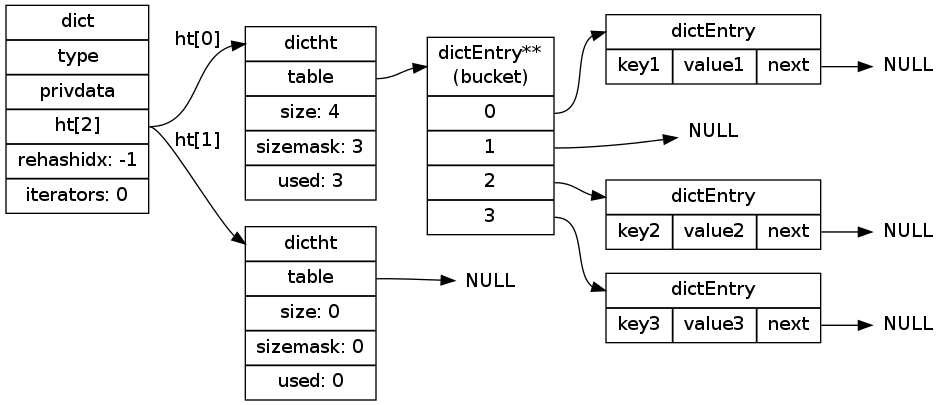
Before: internal-datastruct/image/dict_example.png, a diagram exported from Graphviz (huangzworks/redisbook). Its source is kept beside it as internal-datastruct/image/dict_example.dot.
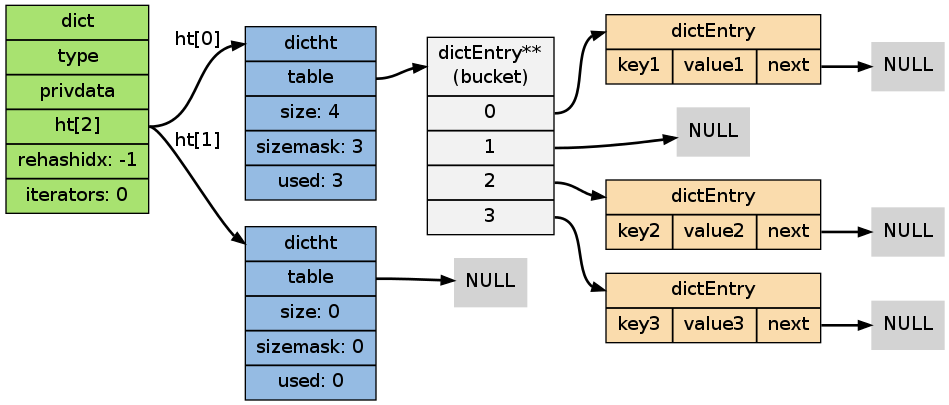
Later version of the same file.

Diff of the diagram source:
```diff
@@ -3,22 +3,24 @@
 
     rankdir = LR;
 
-    node[shape=record];
+    node[shape=record, style = filled];
+
+    edge [style = bold];
 
 
-    dict [label="dict | type | privdata |<ht> ht[2] | rehashidx: -1 | iterators: 0"];
+    dict [label="dict | type | privdata |<ht> ht[2] | rehashidx: -1 | iterators: 0", fillcolor = "#A8E270"];
 
-    ht0 [label="<dictht>dictht |<table> table | size: 4 | sizemask: 3 | used: 3"];
+    ht0 [label="<dictht>dictht |<table> table | size: 4 | sizemask: 3 | used: 3", fillcolor = "#95BBE3"];
 
-    ht1 [label="<dictht>dictht |<table> table | size: 0 | sizemask: 0 | used: 0"];
+    ht1 [label="<dictht>dictht |<table> table | size: 0 | sizemask: 0 | used: 0", fillcolor = "#95BBE3"];
 
-    bucket [label="<head>dictEntry**\n(bucket) |<table0> 0 |<table1> 1 |<table2> 2 |<table3> 3 "];
+    bucket [label="<head>dictEntry**\n(bucket) |<table0> 0 |<table1> 1 |<table2> 2 |<table3> 3 ", fillcolor = "#F2F2F2"];
 
-    pair_1 [label="<head>dictEntry |{key1 | value1 |<next>next}"];
+    pair_1 [label="<head>dictEntry |{key1 | value1 |<next>next}", fillcolor = "#FADCAD"];
 
-    pair_2 [label="<head>dictEntry |{key2 | value2 |<next>next}"];
+    pair_2 [label="<head>dictEntry |{key2 | value2 |<next>next}", fillcolor = "#FADCAD"];
 
-    pair_3 [label="<head>dictEntry |{key3 | value3 |<next>next}"];
+    pair_3 [label="<head>dictEntry |{key3 | value3 |<next>next}", fillcolor = "#FADCAD"];
 
     null0 [label="NULL", shape=plaintext];
     null1 [label="NULL", shape=plaintext];
```
